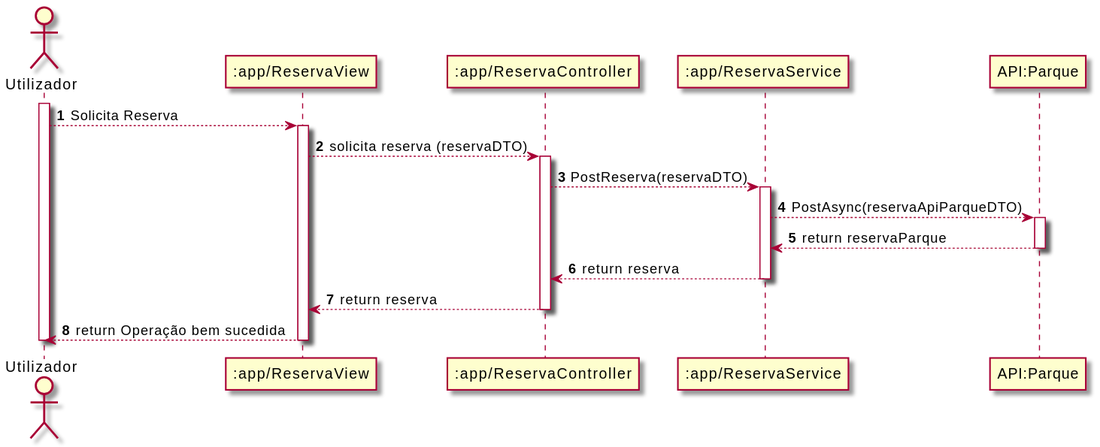
Above: Documentos/Sprint4/UC2/SD_UC2.svg in UPskillDOTNET/Jakim-das-Coives-S.A. (PlantUML), before the change. Its diagram source:
```plantuml
@startuml
autonumber
actor "Utilizador" as U
participant ":app/ReservaView" as RV
participant ":app/ReservaController" as RC
participant ":app/ReservaService" as RS
participant "API:Parque" as API

activate U

U --> RV: Solicita Reserva
activate RV

RV --> RC: solicita reserva (reservaDTO)
activate RC

RC --> RS: PostReserva(reservaDTO)
activate RS

RS --> API: PostAsync(reservaApiParqueDTO)
activate API

API --> RS: return reservaParque
deactivate API

RS --> RC: return reserva
deactivate RS

RC --> RV: return reserva
deactivate RC

RV --> U: return Operação bem sucedida
deactivate RV

deactivate U
@enduml
```
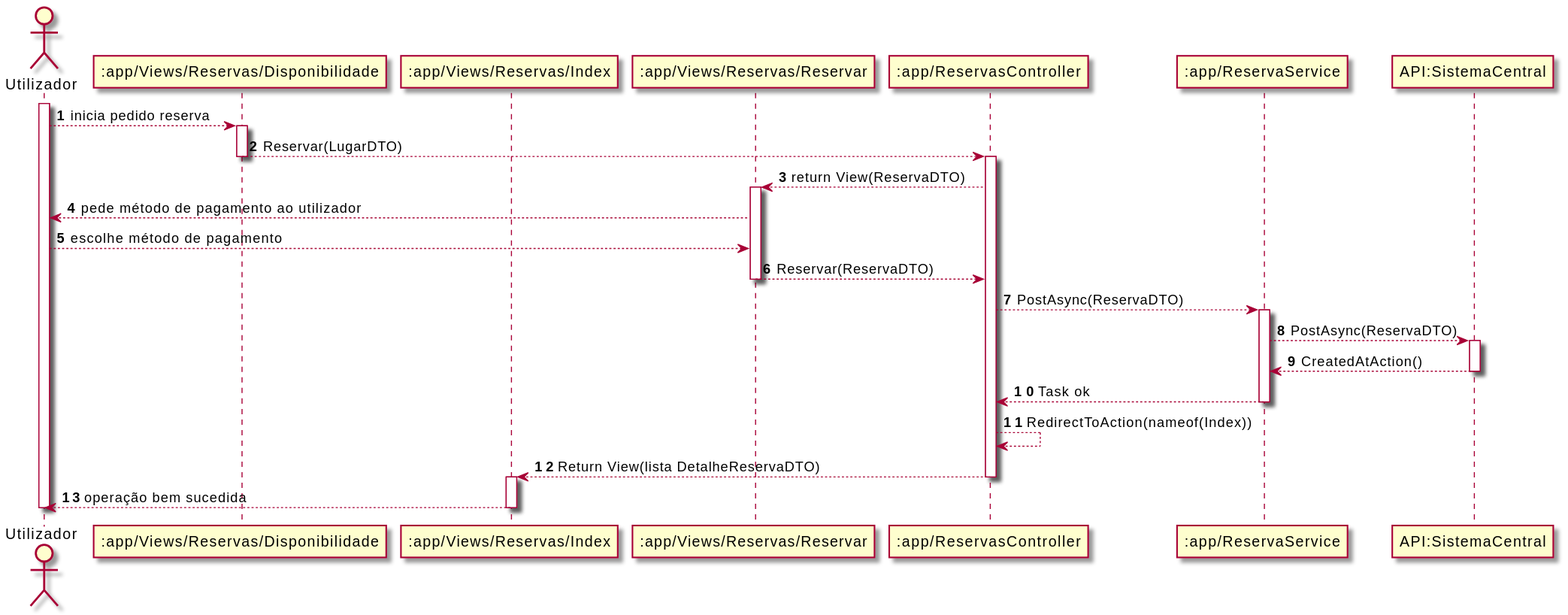
Later version of the same file.

Change to the diagram source:
```diff
@@ -1,36 +1,50 @@
 @startuml
 autonumber
 actor "Utilizador" as U
-participant ":app/ReservaView" as RV
-participant ":app/ReservaController" as RC
+participant ":app/Views/Reservas/Disponibilidade" as RDV
+participant ":app/Views/Reservas/Index" as RIV
+participant ":app/Views/Reservas/Reservar" as RRV
+participant ":app/ReservasController" as RC
 participant ":app/ReservaService" as RS
-participant "API:Parque" as API
+participant "API:SistemaCentral" as API
 
 activate U
+U --> RDV : inicia pedido reserva
+activate RDV
 
-U --> RV: Solicita Reserva
-activate RV
-
-RV --> RC: solicita reserva (reservaDTO)
+RDV --> RC : Reservar(LugarDTO)
+deactivate RDV
 activate RC
 
-RC --> RS: PostReserva(reservaDTO)
+RC --> RRV: return View(ReservaDTO)
+activate RRV
+
+RRV --> U: pede método de pagamento ao utilizador
+
+U --> RRV: escolhe método de pagamento
+
+RRV --> RC: Reservar(ReservaDTO)
+deactivate RRV
+
+RC --> RS: PostAsync(ReservaDTO)
 activate RS
 
-RS --> API: PostAsync(reservaApiParqueDTO)
+RS --> API : PostAsync(ReservaDTO)
 activate API
 
-API --> RS: return reservaParque
+API --> RS : CreatedAtAction()
 deactivate API
 
-RS --> RC: return reserva
+RS --> RC : Task ok
 deactivate RS
 
-RC --> RV: return reserva
+RC --> RC : RedirectToAction(nameof(Index))
+
+RC --> RIV : Return View(lista DetalheReservaDTO)
 deactivate RC
+activate RIV
 
-RV --> U: return Operação bem sucedida
-deactivate RV
-
+RIV --> U: operação bem sucedida
+deactivate RIV
 deactivate U
 @enduml
```
